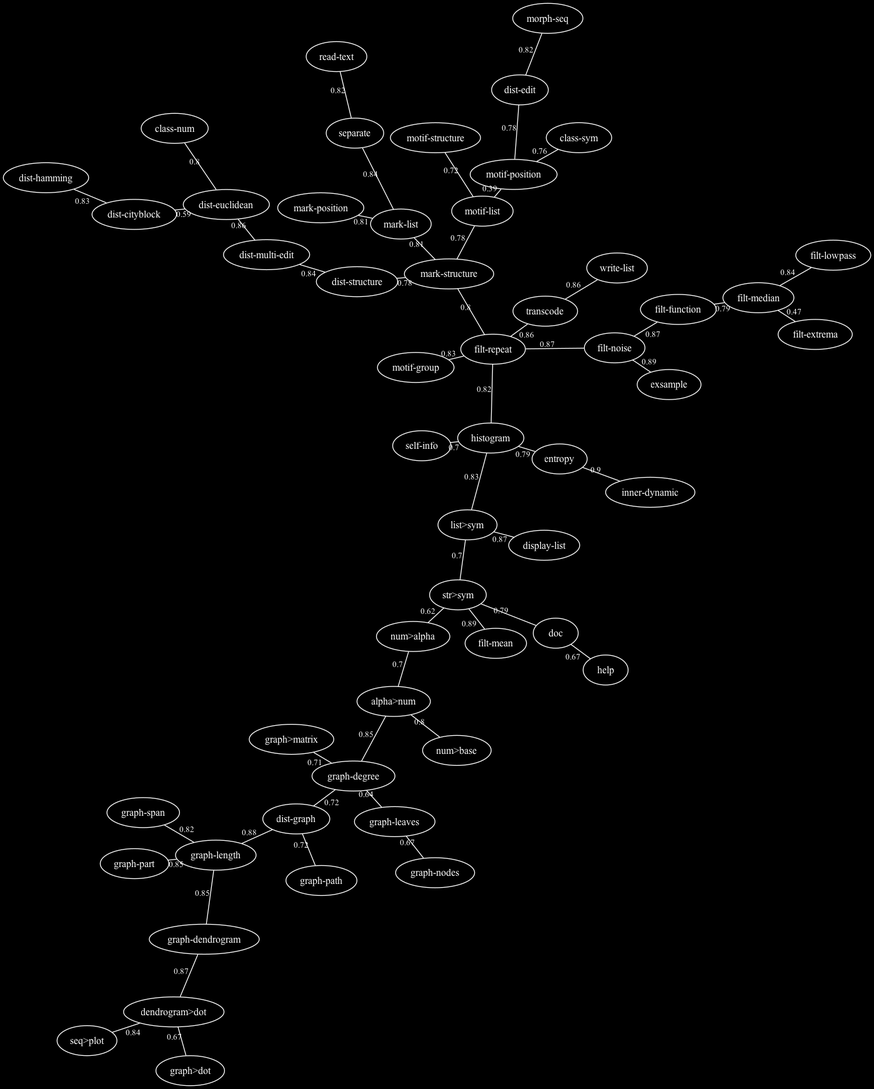
Earlier version of the Graphviz export doc/pictures/refrains-docstrings.png (FredVoisin/refrains). Its source is kept beside it as doc/pictures/refrains-docstrings.dot.
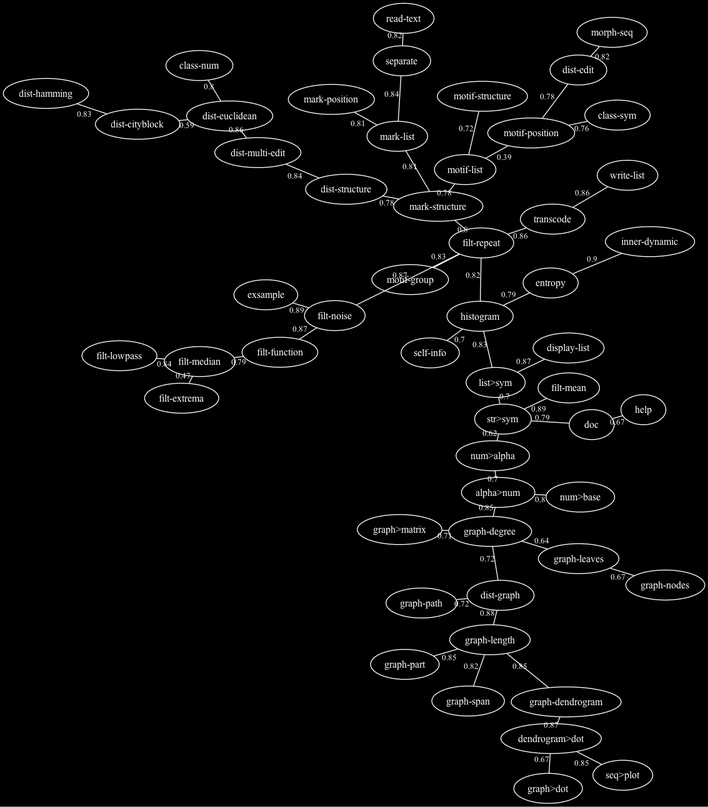
The same file after the commit.

Commit message:
seq>plot: :low and :high to zoom in y

Diff of the diagram source:
```diff
@@ -1,5 +1,5 @@
 graph "refrains-docstrings" {
-/* generated with refrains:graph>dot, 25 Oct 2026 14:07:33 */
+/* generated with refrains:graph>dot, 25 Oct 2026 14:36:47 */
  graph [overlap="false", sep="+4"];
  graph [bgcolor=black];
  node [shape="ellipse", font=Helvetica, fontsize=12, color=white, fontcolor=white];
@@ -38,11 +38,11 @@
  "dist-cityblock" -- "dist-hamming" [w=1, len=0.830000, label="0.83"];
  "filt-repeat" -- "motif-group" [w=1, len=0.830000, label="0.83"];
  "histogram" -- "list>sym" [w=1, len=0.830000, label="0.83"];
- "dendrogram>dot" -- "seq>plot" [w=1, len=0.840000, label="0.84"];
  "dist-multi-edit" -- "dist-structure" [w=1, len=0.840000, label="0.84"];
  "filt-lowpass" -- "filt-median" [w=1, len=0.840000, label="0.84"];
  "mark-list" -- "separate" [w=1, len=0.840000, label="0.84"];
  "alpha>num" -- "graph-degree" [w=1, len=0.850000, label="0.85"];
+ "dendrogram>dot" -- "seq>plot" [w=1, len=0.850000, label="0.85"];
  "graph-dendrogram" -- "graph-length" [w=1, len=0.850000, label="0.85"];
  "graph-length" -- "graph-part" [w=1, len=0.850000, label="0.85"];
  "dist-euclidean" -- "dist-multi-edit" [w=1, len=0.860000, label="0.86"];
```
